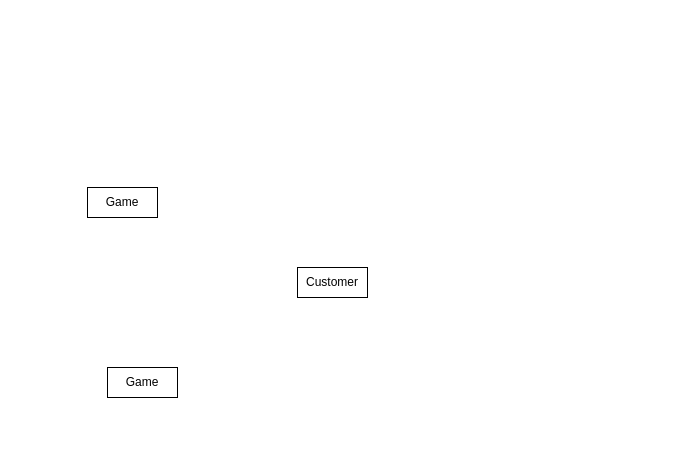
This is Biểu đồ không có tiêu đề.drawio from NbDev82/game-store-app, a draw.io file, before an edit. Source tidied: cells renumbered, new cells numbered last; positions are measured from the earlier drawing's top-left corner, leaving out a move shared by most shapes. Both pictures are drawn from the tidied source at 100%, with x=0, y=0 at pixel (87, 187).
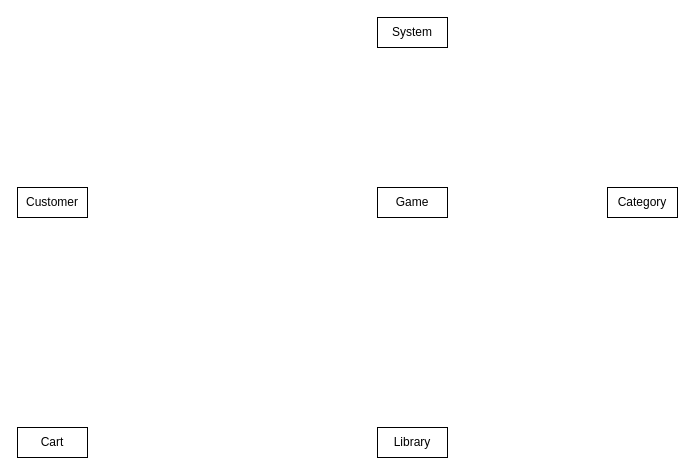
The same page after the edit.

Commit message (it also covers changes not shown here):
Db_game_store

The edit, as a diff of the source:
```diff
@@
 <mxGraphModel>
   <root>
     <mxCell id="0" />
     <mxCell id="1" parent="0" />
     <mxCell id="2" value="Game" style="rounded=0;whiteSpace=wrap;html=1;" parent="1" vertex="1">
-      <mxGeometry width="70" height="30" as="geometry" />
+      <mxGeometry x="290" width="70" height="30" as="geometry" />
     </mxCell>
     <mxCell id="3" value="Customer" style="rounded=0;whiteSpace=wrap;html=1;" parent="1" vertex="1">
-      <mxGeometry x="210" y="80" width="70" height="30" as="geometry" />
+      <mxGeometry x="-70" width="70" height="30" as="geometry" />
     </mxCell>
-    <mxCell id="4" value="Game" style="rounded=0;whiteSpace=wrap;html=1;" parent="1" vertex="1">
-      <mxGeometry x="20" y="180" width="70" height="30" as="geometry" />
+    <mxCell id="4" value="Cart" style="rounded=0;whiteSpace=wrap;html=1;" parent="1" vertex="1">
+      <mxGeometry x="-70" y="240" width="70" height="30" as="geometry" />
     </mxCell>
+    <mxCell id="5" value="System" style="rounded=0;whiteSpace=wrap;html=1;" parent="1" vertex="1">
+      <mxGeometry x="290" y="-170" width="70" height="30" as="geometry" />
+    </mxCell>
+    <mxCell id="6" value="Library" style="rounded=0;whiteSpace=wrap;html=1;" parent="1" vertex="1">
+      <mxGeometry x="290" y="240" width="70" height="30" as="geometry" />
+    </mxCell>
+    <mxCell id="7" value="Category" style="rounded=0;whiteSpace=wrap;html=1;" parent="1" vertex="1">
+      <mxGeometry x="520" width="70" height="30" as="geometry" />
+    </mxCell>
   </root>
 </mxGraphModel>
```
